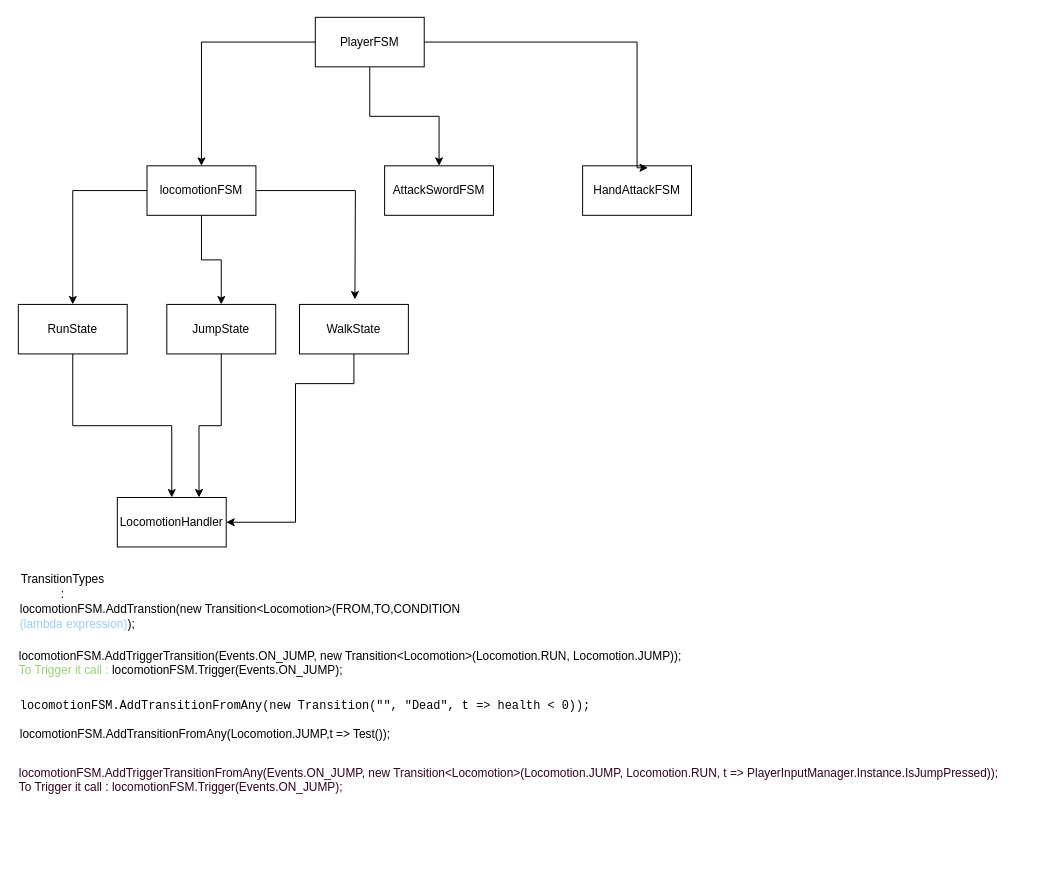
Above: JoYa.drawio in JawherBenjeddou/Joya_Diagram (draw.io), before the change. Source tidied: cells renumbered, new cells numbered last; positions are measured from the earlier drawing's top-left corner, leaving out a move shared by most shapes. Both pictures are drawn from the tidied source at 99%, with x=0, y=0 at pixel (17, 17).
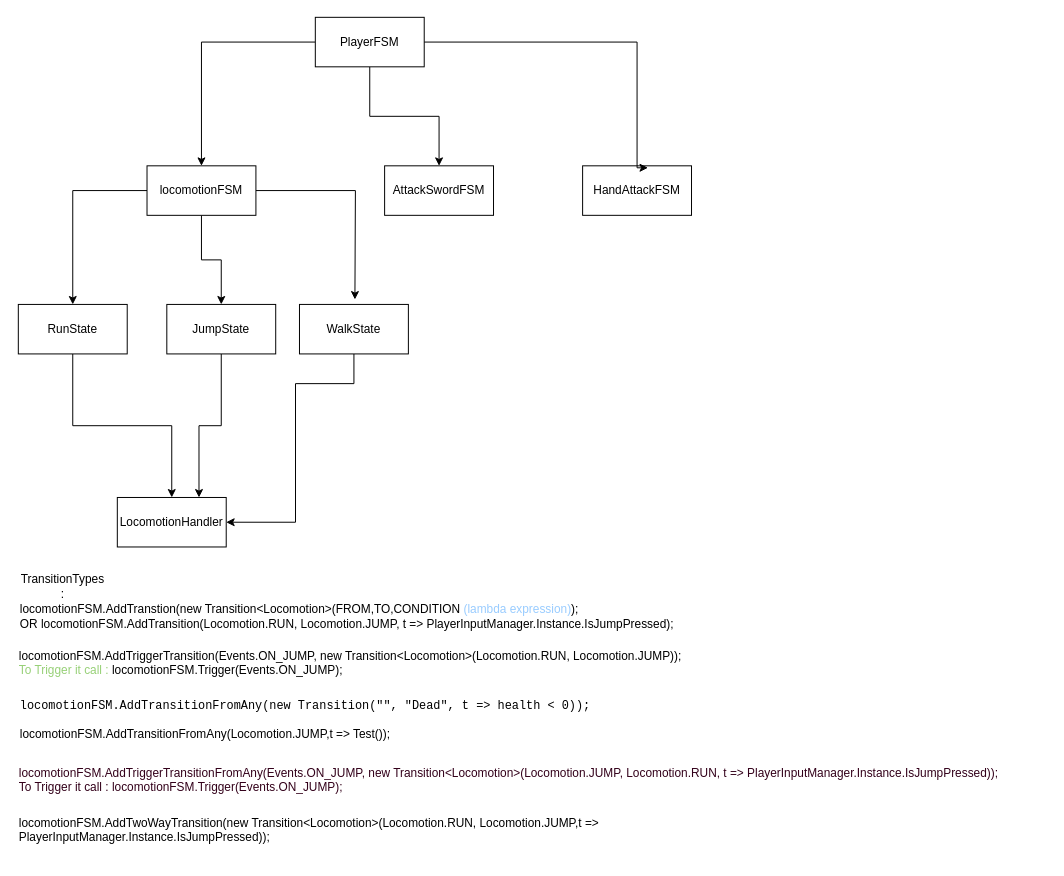
Above is the later version.

Change to the diagram source:
```diff
@@
-    <mxCell id="20" value="locomotionFSM.AddTranstion(new Transition&amp;lt;Locomotion&amp;gt;(FROM,TO,CONDITION &lt;font color=&quot;#99ccff&quot;&gt;(lambda expression)&lt;/font&gt;);" style="text;html=1;align=left;verticalAlign=middle;whiteSpace=wrap;rounded=0;" parent="1" vertex="1">
-      <mxGeometry x="1" y="590" width="460" height="30" as="geometry" />
+    <mxCell id="20" value="&lt;div&gt;locomotionFSM.AddTranstion(new Transition&amp;lt;Locomotion&amp;gt;(FROM,TO,CONDITION &lt;font color=&quot;#99ccff&quot;&gt;(lambda expression)&lt;/font&gt;);&lt;/div&gt;&lt;div&gt;OR locomotionFSM.AddTransition(Locomotion.RUN, Locomotion.JUMP, t =&amp;gt; PlayerInputManager.Instance.IsJumpPressed);&lt;br&gt;&lt;/div&gt;" style="text;html=1;align=left;verticalAlign=middle;whiteSpace=wrap;rounded=0;" parent="1" vertex="1">
+      <mxGeometry x="1" y="590" width="680" height="30" as="geometry" />
     </mxCell>
@@
+    <mxCell id="25" value="locomotionFSM.AddTwoWayTransition(new Transition&lt;Locomotion&gt;(Locomotion.RUN, Locomotion.JUMP,t =&gt; PlayerInputManager.Instance.IsJumpPressed));" style="text;whiteSpace=wrap;" parent="1" vertex="1">
+      <mxGeometry y="800" width="841" height="50" as="geometry" />
+    </mxCell>
```
